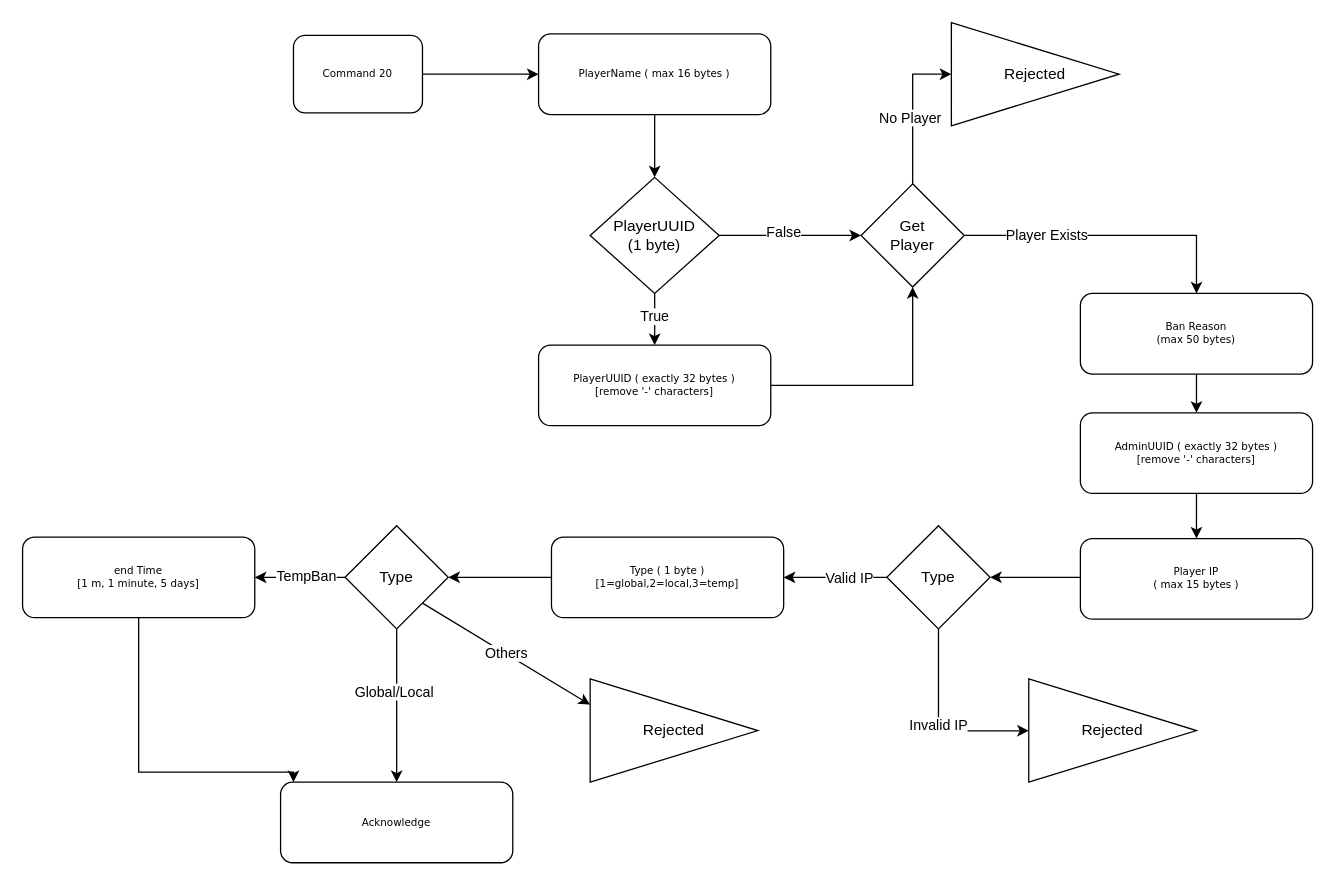
The draw.io diagram BanPlayerByNameOrPlayerUUID.drawio in MCBans/Flow-Charts, before the edit. Source tidied: cells renumbered, new cells numbered last; positions are measured from the earlier drawing's top-left corner, leaving out a move shared by most shapes. Both pictures are drawn from the tidied source at 129%, with x=0, y=0 at pixel (22, 22).
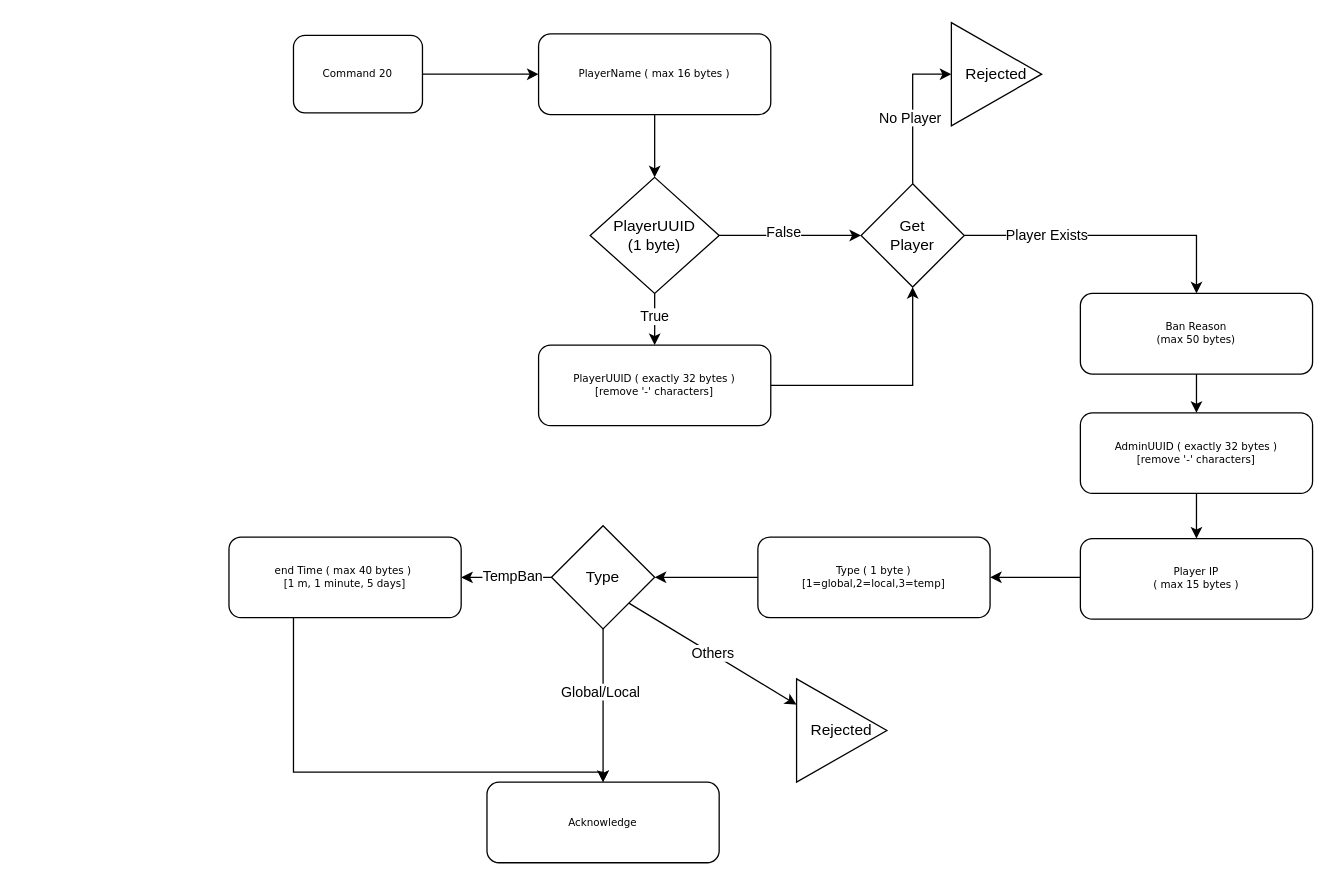
Above is the later version.

Unchanged cells that the change refers to:
```xml
<mxCell id="37" value="Player IP&lt;br&gt;( max 15 bytes )" style="rounded=1;whiteSpace=wrap;html=1;shadow=0;labelBackgroundColor=none;strokeWidth=1;fontFamily=Verdana;fontSize=8;align=center;" parent="1" vertex="1">
  <mxGeometry x="820" y="400" width="180" height="62.5" as="geometry" />
</mxCell>
```

The edit, as a diff of the source:
```diff
@@
     <mxCell id="18" value="Type ( 1 byte ) &lt;br&gt;[1=global,2=local,3=temp]" style="rounded=1;whiteSpace=wrap;html=1;shadow=0;labelBackgroundColor=none;strokeWidth=1;fontFamily=Verdana;fontSize=8;align=center;" parent="1" vertex="1">
-      <mxGeometry x="410" y="398.8" width="180" height="62.5" as="geometry" />
+      <mxGeometry x="570" y="398.8" width="180" height="62.5" as="geometry" />
     </mxCell>
@@
     <mxCell id="25" value="Type" style="rhombus;whiteSpace=wrap;html=1;" parent="1" vertex="1">
-      <mxGeometry x="250" y="390" width="80" height="80" as="geometry" />
+      <mxGeometry x="410" y="390" width="80" height="80" as="geometry" />
     </mxCell>
@@
-    <mxCell id="27" value="end Time&lt;br&gt;[1 m, 1 minute, 5 days]" style="rounded=1;whiteSpace=wrap;html=1;shadow=0;labelBackgroundColor=none;strokeWidth=1;fontFamily=Verdana;fontSize=8;align=center;" parent="1" vertex="1">
-      <mxGeometry y="398.8" width="180" height="62.5" as="geometry" />
+    <mxCell id="27" value="end Time ( max 40 bytes )&amp;nbsp;&lt;br&gt;[1 m, 1 minute, 5 days]" style="rounded=1;whiteSpace=wrap;html=1;shadow=0;labelBackgroundColor=none;strokeWidth=1;fontFamily=Verdana;fontSize=8;align=center;" parent="1" vertex="1">
+      <mxGeometry x="160" y="398.8" width="180" height="62.5" as="geometry" />
     </mxCell>
     <mxCell id="28" value="Acknowledge" style="rounded=1;whiteSpace=wrap;html=1;shadow=0;labelBackgroundColor=none;strokeWidth=1;fontFamily=Verdana;fontSize=8;align=center;" parent="1" vertex="1">
-      <mxGeometry x="200" y="588.8" width="180" height="62.5" as="geometry" />
+      <mxGeometry x="360" y="588.8" width="180" height="62.5" as="geometry" />
     </mxCell>
     <mxCell id="29" value="Rejected" style="triangle;whiteSpace=wrap;html=1;" parent="1" vertex="1">
-      <mxGeometry x="440" y="508.8" width="130" height="80" as="geometry" />
+      <mxGeometry x="600" y="508.8" width="70" height="80" as="geometry" />
     </mxCell>
@@
     <mxCell id="35" value="Rejected" style="triangle;whiteSpace=wrap;html=1;" parent="1" vertex="1">
-      <mxGeometry x="720" width="130" height="80" as="geometry" />
+      <mxGeometry x="720" width="70" height="80" as="geometry" />
     </mxCell>
-    <mxCell id="36" style="edgeStyle=orthogonalEdgeStyle;rounded=0;jettySize=auto;html=1;" parent="1" edge="1" source="37" target="41">
-      <mxGeometry relative="1" as="geometry">
-        <Array as="points">
-          <mxPoint x="800" y="430" />
-          <mxPoint x="800" y="430" />
-        </Array>
-      </mxGeometry>
-    </mxCell>
+    <mxCell id="43" style="edgeStyle=orthogonalEdgeStyle;rounded=0;jettySize=auto;html=1;" parent="1" edge="1" source="37" target="18">
+      <mxGeometry relative="1" as="geometry">
+        <Array as="points">
+          <mxPoint x="800" y="430" />
+          <mxPoint x="800" y="430" />
+        </Array>
+      </mxGeometry>
+    </mxCell>
@@
-    <mxCell id="38" style="edgeStyle=orthogonalEdgeStyle;rounded=0;jettySize=auto;html=1;" parent="1" edge="1" source="41" target="18">
-      <mxGeometry relative="1" as="geometry" />
-    </mxCell>
-    <mxCell id="39" value="Valid IP" style="edgeLabel;html=1;align=center;verticalAlign=middle;" parent="38" vertex="1">
-      <mxGeometry x="0.18" y="-3" relative="1" as="geometry">
-        <mxPoint x="17" y="3" as="offset" />
-      </mxGeometry>
-    </mxCell>
-    <mxCell id="40" value="Invalid IP" style="edgeStyle=orthogonalEdgeStyle;rounded=0;jettySize=auto;html=1;" parent="1" edge="1" source="41" target="42">
-      <mxGeometry relative="1" as="geometry">
-        <Array as="points">
-          <mxPoint x="710" y="549" />
-        </Array>
-      </mxGeometry>
-    </mxCell>
-    <mxCell id="41" value="Type" style="rhombus;whiteSpace=wrap;html=1;" parent="1" vertex="1">
-      <mxGeometry x="670" y="390" width="80" height="80" as="geometry" />
-    </mxCell>
-    <mxCell id="42" value="Rejected" style="triangle;whiteSpace=wrap;html=1;" parent="1" vertex="1">
-      <mxGeometry x="780" y="508.8" width="130" height="80" as="geometry" />
-    </mxCell>
```
